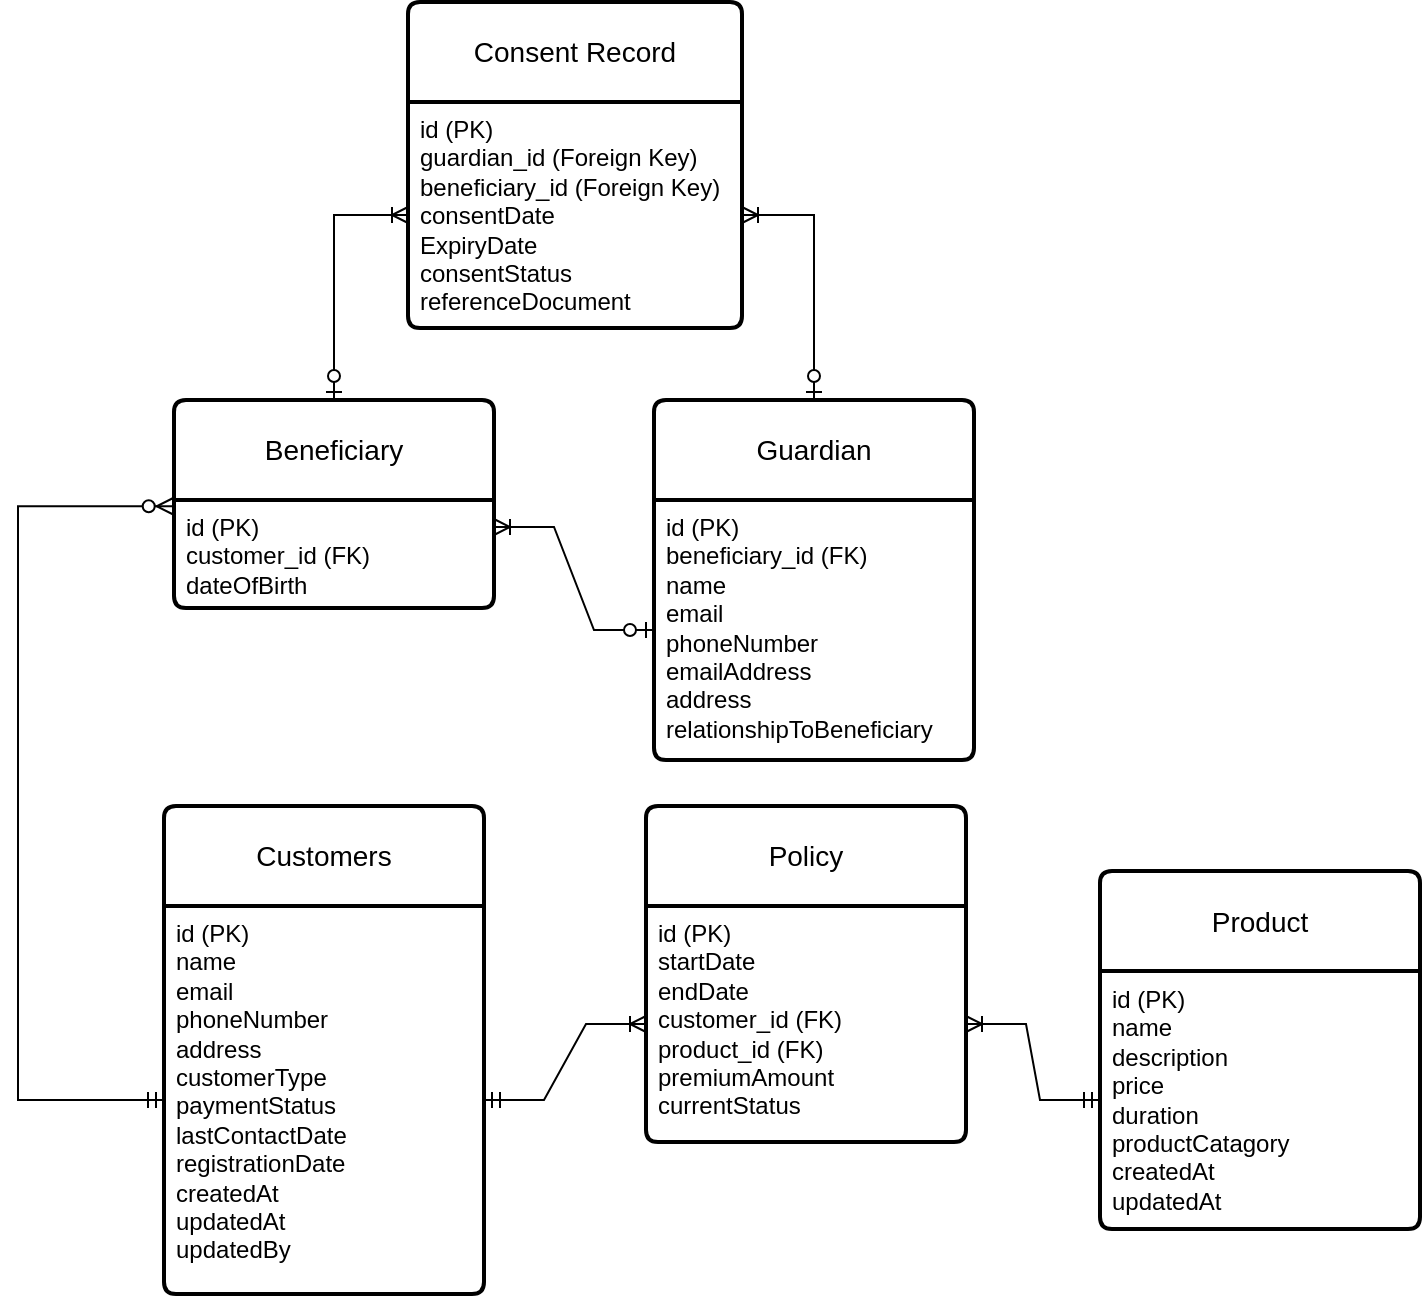
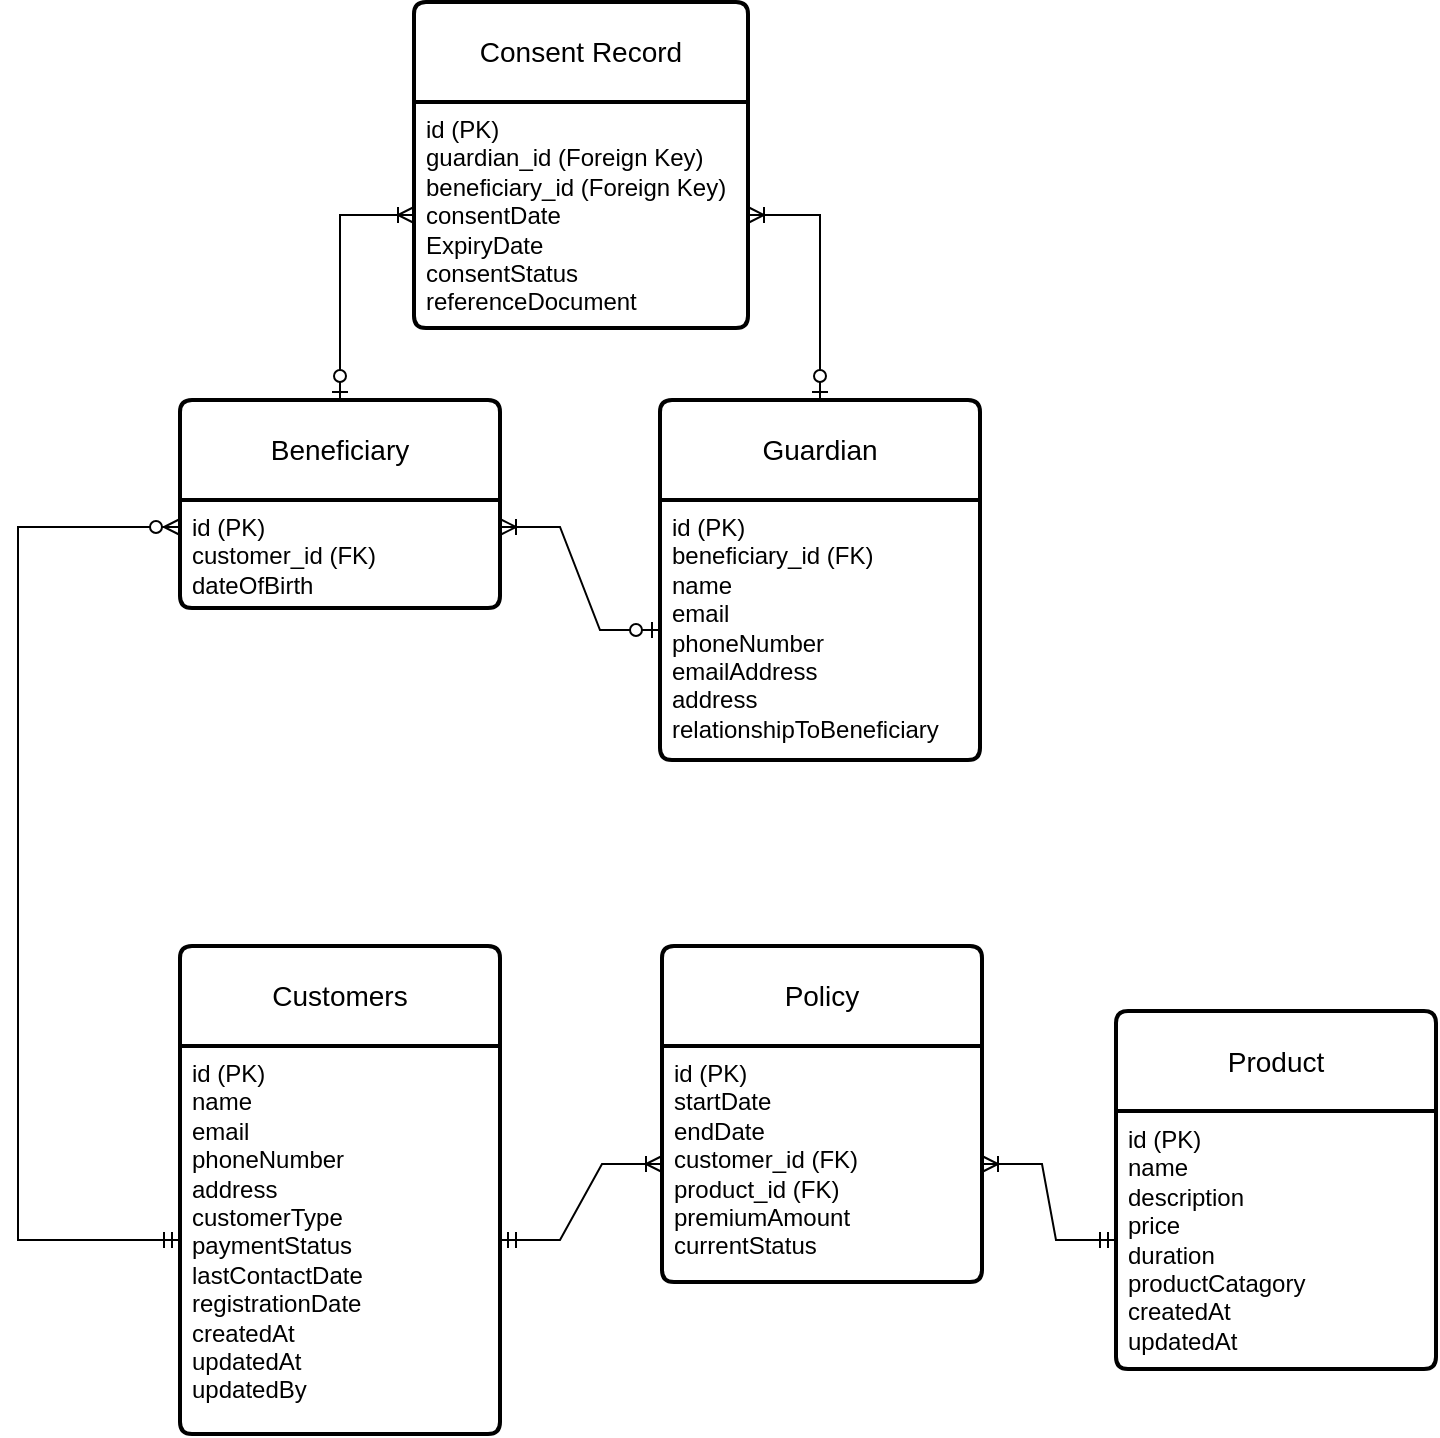
<mxfile host="app.diagrams.net" agent="5.0 (Macintosh; Intel Mac OS X 10_14_6) AppleWebKit/537.36 (KHTML, like Gecko) Chrome/83.0.4103.116 Safari/537.36">
  <diagram id="R2lEEEUBdFMjLlhIrx00" name="Page-1">
-     <mxGraphModel dx="792" dy="990" grid="0" gridSize="10" guides="1" tooltips="1" connect="1" arrows="1" fold="1" page="0" pageScale="1" pageWidth="850" pageHeight="1100" math="0" shadow="0" extFonts="Permanent Marker^https://fonts.googleapis.com/css?family=Permanent+Marker">
+     <mxGraphModel dx="699" dy="921" grid="0" gridSize="10" guides="1" tooltips="1" connect="1" arrows="1" fold="1" page="0" pageScale="1" pageWidth="850" pageHeight="1100" math="0" shadow="0" extFonts="Permanent Marker^https://fonts.googleapis.com/css?family=Permanent+Marker">
      <root>
        <mxCell id="0" />
        <mxCell id="1" parent="0" />
        <mxCell id="dAdBnxP72XUMtryMGmO9-1" parent="1" style="swimlane;childLayout=stackLayout;horizontal=1;startSize=50;horizontalStack=0;rounded=1;fontSize=14;fontStyle=0;strokeWidth=2;resizeParent=0;resizeLast=1;shadow=0;dashed=0;align=center;arcSize=4;whiteSpace=wrap;html=1;" value="Customers" vertex="1">
          <mxGeometry height="244" width="160" x="150" y="118" as="geometry" />
        </mxCell>
        <mxCell id="dAdBnxP72XUMtryMGmO9-2" parent="dAdBnxP72XUMtryMGmO9-1" style="align=left;strokeColor=none;fillColor=none;spacingLeft=4;spacingRight=4;fontSize=12;verticalAlign=top;resizable=0;rotatable=0;part=1;html=1;whiteSpace=wrap;" value="id (PK)&lt;div&gt;name&lt;/div&gt;&lt;div&gt;email&lt;/div&gt;&lt;div&gt;phoneNumber&lt;/div&gt;&lt;div&gt;address&lt;/div&gt;&lt;div&gt;customerType&lt;/div&gt;&lt;div&gt;paymentStatus&lt;/div&gt;&lt;div&gt;lastContactDate&lt;/div&gt;&lt;div&gt;registrationDate&lt;/div&gt;&lt;div&gt;createdAt&lt;/div&gt;&lt;div&gt;updatedAt&lt;/div&gt;&lt;div&gt;updatedBy&lt;/div&gt;" vertex="1">
          <mxGeometry height="194" width="160" y="50" as="geometry" />
        </mxCell>
        <mxCell id="dAdBnxP72XUMtryMGmO9-4" parent="1" style="swimlane;childLayout=stackLayout;horizontal=1;startSize=50;horizontalStack=0;rounded=1;fontSize=14;fontStyle=0;strokeWidth=2;resizeParent=0;resizeLast=1;shadow=0;dashed=0;align=center;arcSize=4;whiteSpace=wrap;html=1;" value="Product" vertex="1">
          <mxGeometry height="179" width="160" x="618" y="150.5" as="geometry" />
        </mxCell>
        <mxCell id="dAdBnxP72XUMtryMGmO9-5" parent="dAdBnxP72XUMtryMGmO9-4" style="align=left;strokeColor=none;fillColor=none;spacingLeft=4;spacingRight=4;fontSize=12;verticalAlign=top;resizable=0;rotatable=0;part=1;html=1;whiteSpace=wrap;" value="id (PK)&lt;div&gt;name&lt;/div&gt;&lt;div&gt;description&lt;br&gt;&lt;div&gt;price&lt;/div&gt;&lt;div&gt;duration&lt;/div&gt;&lt;div&gt;productCatagory&lt;/div&gt;&lt;div&gt;createdAt&lt;/div&gt;&lt;/div&gt;&lt;div&gt;updatedAt&lt;/div&gt;" vertex="1">
          <mxGeometry height="129" width="160" y="50" as="geometry" />
        </mxCell>
        <mxCell id="dAdBnxP72XUMtryMGmO9-12" parent="1" style="swimlane;childLayout=stackLayout;horizontal=1;startSize=50;horizontalStack=0;rounded=1;fontSize=14;fontStyle=0;strokeWidth=2;resizeParent=0;resizeLast=1;shadow=0;dashed=0;align=center;arcSize=4;whiteSpace=wrap;html=1;" value="Policy" vertex="1">
          <mxGeometry height="168" width="160" x="391" y="118" as="geometry" />
        </mxCell>
        <mxCell id="dAdBnxP72XUMtryMGmO9-13" parent="dAdBnxP72XUMtryMGmO9-12" style="align=left;strokeColor=none;fillColor=none;spacingLeft=4;spacingRight=4;fontSize=12;verticalAlign=top;resizable=0;rotatable=0;part=1;html=1;whiteSpace=wrap;" value="id (PK)&lt;div&gt;startDate&lt;/div&gt;&lt;div&gt;endDate&lt;/div&gt;&lt;div&gt;customer_id (FK)&lt;/div&gt;&lt;div&gt;product_id (FK)&lt;/div&gt;&lt;div&gt;premiumAmount&lt;/div&gt;&lt;div&gt;currentStatus&lt;/div&gt;" vertex="1">
          <mxGeometry height="118" width="160" y="50" as="geometry" />
        </mxCell>
        <mxCell id="dAdBnxP72XUMtryMGmO9-16" parent="1" style="swimlane;childLayout=stackLayout;horizontal=1;startSize=50;horizontalStack=0;rounded=1;fontSize=14;fontStyle=0;strokeWidth=2;resizeParent=0;resizeLast=1;shadow=0;dashed=0;align=center;arcSize=4;whiteSpace=wrap;html=1;" value="Beneficiary" vertex="1">
-           <mxGeometry height="104" width="160" x="155" y="-85" as="geometry" />
+           <mxGeometry height="104" width="160" x="150" y="-155" as="geometry" />
        </mxCell>
        <mxCell id="dAdBnxP72XUMtryMGmO9-17" parent="dAdBnxP72XUMtryMGmO9-16" style="align=left;strokeColor=none;fillColor=none;spacingLeft=4;spacingRight=4;fontSize=12;verticalAlign=top;resizable=0;rotatable=0;part=1;html=1;whiteSpace=wrap;" value="id (PK)&lt;div&gt;customer_id (FK)&lt;br&gt;&lt;div&gt;dateOfBirth&lt;/div&gt;&lt;/div&gt;" vertex="1">
          <mxGeometry height="54" width="160" y="50" as="geometry" />
        </mxCell>
        <mxCell id="dAdBnxP72XUMtryMGmO9-18" parent="1" style="swimlane;childLayout=stackLayout;horizontal=1;startSize=50;horizontalStack=0;rounded=1;fontSize=14;fontStyle=0;strokeWidth=2;resizeParent=0;resizeLast=1;shadow=0;dashed=0;align=center;arcSize=4;whiteSpace=wrap;html=1;" value="Guardian" vertex="1">
-           <mxGeometry height="180" width="160" x="395" y="-85" as="geometry" />
+           <mxGeometry height="180" width="160" x="390" y="-155" as="geometry" />
        </mxCell>
        <mxCell id="dAdBnxP72XUMtryMGmO9-19" parent="dAdBnxP72XUMtryMGmO9-18" style="align=left;strokeColor=none;fillColor=none;spacingLeft=4;spacingRight=4;fontSize=12;verticalAlign=top;resizable=0;rotatable=0;part=1;html=1;whiteSpace=wrap;" value="id (PK)&lt;div&gt;beneficiary_id (FK)&lt;br&gt;&lt;div&gt;name&lt;/div&gt;&lt;div&gt;email&lt;/div&gt;&lt;div&gt;phoneNumber&lt;/div&gt;&lt;div&gt;emailAddress&lt;/div&gt;&lt;div&gt;address&lt;/div&gt;&lt;div&gt;relationshipToBeneficiary&lt;/div&gt;&lt;/div&gt;" vertex="1">
          <mxGeometry height="130" width="160" y="50" as="geometry" />
        </mxCell>
        <mxCell id="dAdBnxP72XUMtryMGmO9-26" edge="1" parent="1" source="dAdBnxP72XUMtryMGmO9-19" style="edgeStyle=entityRelationEdgeStyle;fontSize=12;html=1;endArrow=ERoneToMany;startArrow=ERzeroToOne;rounded=0;exitX=0;exitY=0.5;exitDx=0;exitDy=0;entryX=1;entryY=0.25;entryDx=0;entryDy=0;" target="dAdBnxP72XUMtryMGmO9-17" value="">
          <mxGeometry height="100" relative="1" width="100" as="geometry">
-             <mxPoint x="-52" y="324" as="sourcePoint" />
-             <mxPoint x="48" y="224" as="targetPoint" />
+             <mxPoint x="-57" y="254" as="sourcePoint" />
+             <mxPoint x="43" y="154" as="targetPoint" />
          </mxGeometry>
        </mxCell>
-         <mxCell id="dAdBnxP72XUMtryMGmO9-29" edge="1" parent="1" source="dAdBnxP72XUMtryMGmO9-2" style="edgeStyle=orthogonalEdgeStyle;fontSize=12;html=1;endArrow=ERzeroToMany;startArrow=ERmandOne;rounded=0;exitX=0;exitY=0.5;exitDx=0;exitDy=0;entryX=-0.004;entryY=0.058;entryDx=0;entryDy=0;entryPerimeter=0;" target="dAdBnxP72XUMtryMGmO9-17" value="">
+         <mxCell id="dAdBnxP72XUMtryMGmO9-29" edge="1" parent="1" source="dAdBnxP72XUMtryMGmO9-2" style="fontSize=12;html=1;endArrow=ERzeroToMany;startArrow=ERmandOne;rounded=0;exitX=0;exitY=0.5;exitDx=0;exitDy=0;entryX=0;entryY=0.25;entryDx=0;entryDy=0;edgeStyle=elbowEdgeStyle;elbow=vertical;" target="dAdBnxP72XUMtryMGmO9-17" value="">
          <mxGeometry height="100" relative="1" width="100" as="geometry">
            <Array as="points">
-               <mxPoint x="77" y="265" />
-               <mxPoint x="77" y="-32" />
+               <mxPoint x="69" y="87" />
            </Array>
-             <mxPoint x="15" y="305" as="sourcePoint" />
-             <mxPoint x="101" y="-31" as="targetPoint" />
+             <mxPoint x="117" y="285.97" as="sourcePoint" />
+             <mxPoint x="116.36000000000001" y="-80.89800000000005" as="targetPoint" />
          </mxGeometry>
        </mxCell>
        <mxCell id="dAdBnxP72XUMtryMGmO9-30" parent="1" style="swimlane;childLayout=stackLayout;horizontal=1;startSize=50;horizontalStack=0;rounded=1;fontSize=14;fontStyle=0;strokeWidth=2;resizeParent=0;resizeLast=1;shadow=0;dashed=0;align=center;arcSize=4;whiteSpace=wrap;html=1;" value="Consent Record" vertex="1">
-           <mxGeometry height="163" width="167" x="272" y="-284" as="geometry" />
+           <mxGeometry height="163" width="167" x="267" y="-354" as="geometry" />
        </mxCell>
        <mxCell id="dAdBnxP72XUMtryMGmO9-31" parent="dAdBnxP72XUMtryMGmO9-30" style="align=left;strokeColor=none;fillColor=none;spacingLeft=4;spacingRight=4;fontSize=12;verticalAlign=top;resizable=0;rotatable=0;part=1;html=1;whiteSpace=wrap;" value="&lt;div&gt;id (PK)&lt;/div&gt;&lt;div&gt;guardian_id (Foreign Key)&lt;/div&gt;&lt;div&gt;beneficiary_id (Foreign Key)&lt;/div&gt;&lt;div&gt;consentDate&lt;/div&gt;&lt;div&gt;ExpiryDate&lt;/div&gt;&lt;div&gt;consentStatus&lt;/div&gt;&lt;div&gt;referenceDocument&lt;/div&gt;" vertex="1">
          <mxGeometry height="113" width="167" y="50" as="geometry" />
        </mxCell>
        <mxCell id="dAdBnxP72XUMtryMGmO9-35" edge="1" parent="1" source="dAdBnxP72XUMtryMGmO9-18" style="fontSize=12;html=1;endArrow=ERoneToMany;startArrow=ERzeroToOne;rounded=0;exitX=0.5;exitY=0;exitDx=0;exitDy=0;edgeStyle=orthogonalEdgeStyle;entryX=1;entryY=0.5;entryDx=0;entryDy=0;" target="dAdBnxP72XUMtryMGmO9-31" value="">
          <mxGeometry height="100" relative="1" width="100" as="geometry">
-             <mxPoint x="524.83" y="-167.7" as="sourcePoint" />
-             <mxPoint x="481" y="-207" as="targetPoint" />
+             <mxPoint x="519.83" y="-237.7" as="sourcePoint" />
+             <mxPoint x="476" y="-277" as="targetPoint" />
          </mxGeometry>
        </mxCell>
        <mxCell id="dAdBnxP72XUMtryMGmO9-37" edge="1" parent="1" source="dAdBnxP72XUMtryMGmO9-16" style="edgeStyle=orthogonalEdgeStyle;fontSize=12;html=1;endArrow=ERoneToMany;startArrow=ERzeroToOne;rounded=0;exitX=0.5;exitY=0;exitDx=0;exitDy=0;entryX=0;entryY=0.5;entryDx=0;entryDy=0;" target="dAdBnxP72XUMtryMGmO9-31" value="">
          <mxGeometry height="100" relative="1" width="100" as="geometry">
-             <mxPoint x="111" y="-128" as="sourcePoint" />
-             <mxPoint x="211" y="-228" as="targetPoint" />
+             <mxPoint x="106" y="-198" as="sourcePoint" />
+             <mxPoint x="206" y="-298" as="targetPoint" />
          </mxGeometry>
        </mxCell>
        <mxCell id="dAdBnxP72XUMtryMGmO9-40" edge="1" parent="1" source="dAdBnxP72XUMtryMGmO9-2" style="edgeStyle=entityRelationEdgeStyle;fontSize=12;html=1;endArrow=ERoneToMany;startArrow=ERmandOne;rounded=0;entryX=0;entryY=0.5;entryDx=0;entryDy=0;exitX=1;exitY=0.5;exitDx=0;exitDy=0;" target="dAdBnxP72XUMtryMGmO9-13" value="">
          <mxGeometry height="100" relative="1" width="100" as="geometry">
            <mxPoint x="345" y="440" as="sourcePoint" />
            <mxPoint x="445" y="340" as="targetPoint" />
          </mxGeometry>
        </mxCell>
        <mxCell id="dAdBnxP72XUMtryMGmO9-41" edge="1" parent="1" source="dAdBnxP72XUMtryMGmO9-5" style="edgeStyle=entityRelationEdgeStyle;fontSize=12;html=1;endArrow=ERoneToMany;startArrow=ERmandOne;rounded=0;entryX=1;entryY=0.5;entryDx=0;entryDy=0;exitX=0;exitY=0.5;exitDx=0;exitDy=0;" target="dAdBnxP72XUMtryMGmO9-13" value="">
          <mxGeometry height="100" relative="1" width="100" as="geometry">
            <mxPoint x="501" y="362" as="sourcePoint" />
            <mxPoint x="601" y="262" as="targetPoint" />
          </mxGeometry>
        </mxCell>
      </root>
    </mxGraphModel>
  </diagram>
</mxfile>
